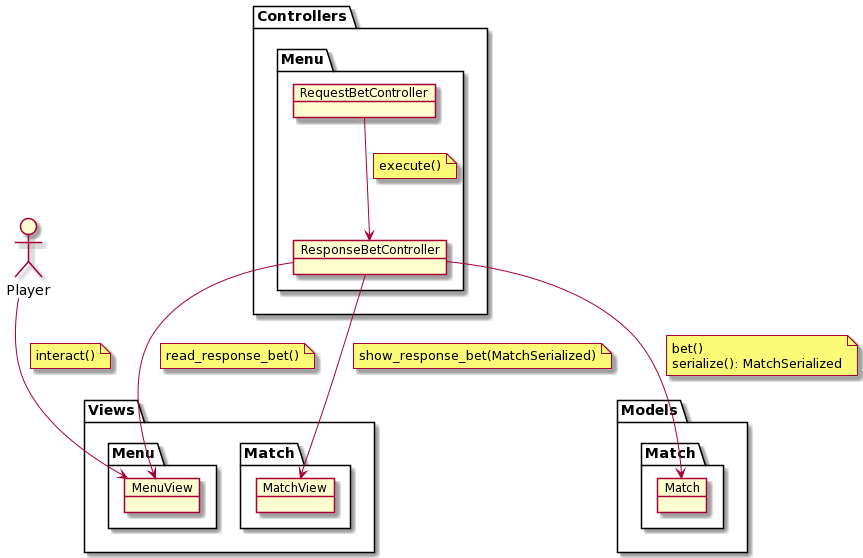
USantaTecla-game-backgammon/backgammon keeps this PlantUML diagram as rup/analysis/use_cases/response_bet.png. Above is the earlier version. Its diagram source:
```plantuml
@startuml
allow_mixing

actor Player

package Models {
    package Match as "Match" {
        object Match
    }
}

package Views {
    package Match2 as "Match" {
        object MatchView
    }
    package Menu {
        object MenuView
    }
}

package Controllers {
    package Menu2 as "Menu" {
        object ResponseBetController
        object RequestBetController
    }
}

Player --> MenuView
note on link
  interact()
end note

RequestBetController --> ResponseBetController
note on link
  execute()
end note

ResponseBetController --> Match
note on link
  bet()
  serialize(): MatchSerialized
end note

ResponseBetController --> MatchView
note on link
  show_response_bet(MatchSerialized)
end note

ResponseBetController --> MenuView
note on link
  read_response_bet()
end note
@enduml
```
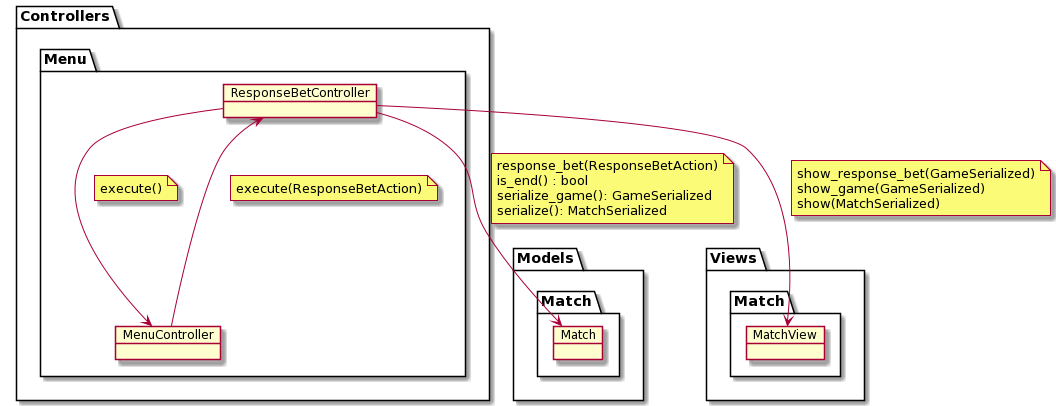
After the commit.

What changed in the source:
```diff
@@ -1,7 +1,5 @@
 @startuml
 allow_mixing
-
-actor Player
 
 package Models {
     package Match as "Match" {
@@ -13,41 +11,37 @@
     package Match2 as "Match" {
         object MatchView
     }
-    package Menu {
-        object MenuView
-    }
 }
 
 package Controllers {
     package Menu2 as "Menu" {
         object ResponseBetController
-        object RequestBetController
+        object MenuController
     }
 }
 
-Player --> MenuView
+MenuController --> ResponseBetController
 note on link
-  interact()
+    execute(ResponseBetAction)
 end note
 
-RequestBetController --> ResponseBetController
+ResponseBetController --> MenuController
 note on link
-  execute()
+    execute()
 end note
 
 ResponseBetController --> Match
 note on link
-  bet()
-  serialize(): MatchSerialized
+    response_bet(ResponseBetAction)
+    is_end() : bool
+    serialize_game(): GameSerialized
+    serialize(): MatchSerialized
 end note
 
 ResponseBetController --> MatchView
 note on link
-  show_response_bet(MatchSerialized)
-end note
-
-ResponseBetController --> MenuView
-note on link
-  read_response_bet()
+    show_response_bet(GameSerialized)
+    show_game(GameSerialized)
+    show(MatchSerialized)
 end note
 @enduml
```
